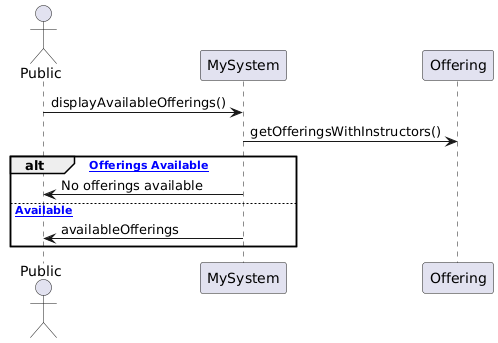
Before: Diagrams/UML_InteractionDiagrams/PublicViewsOfferings.png, a diagram exported from PlantUML (ABALkhabbaz/LessonSchedulingSystem).
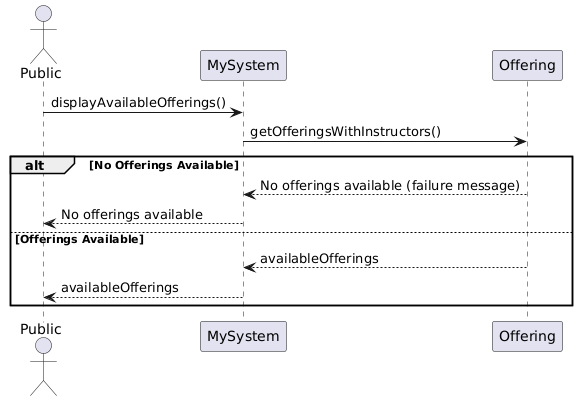
The same diagram one commit later.

Diff of the diagram source:
```diff
@@ -2,9 +2,11 @@
 actor Public
 Public -> MySystem: displayAvailableOfferings()
 MySystem -> Offering: getOfferingsWithInstructors()
-alt [No Offerings Available]
-    MySystem -> Public: No offerings available
-else [Offerings Available]
-    MySystem -> Public: availableOfferings
+alt No Offerings Available
+    Offering --> MySystem: No offerings available (failure message)
+    MySystem --> Public: No offerings available
+else Offerings Available
+    Offering --> MySystem: availableOfferings
+    MySystem --> Public: availableOfferings
 end
 @enduml
```
